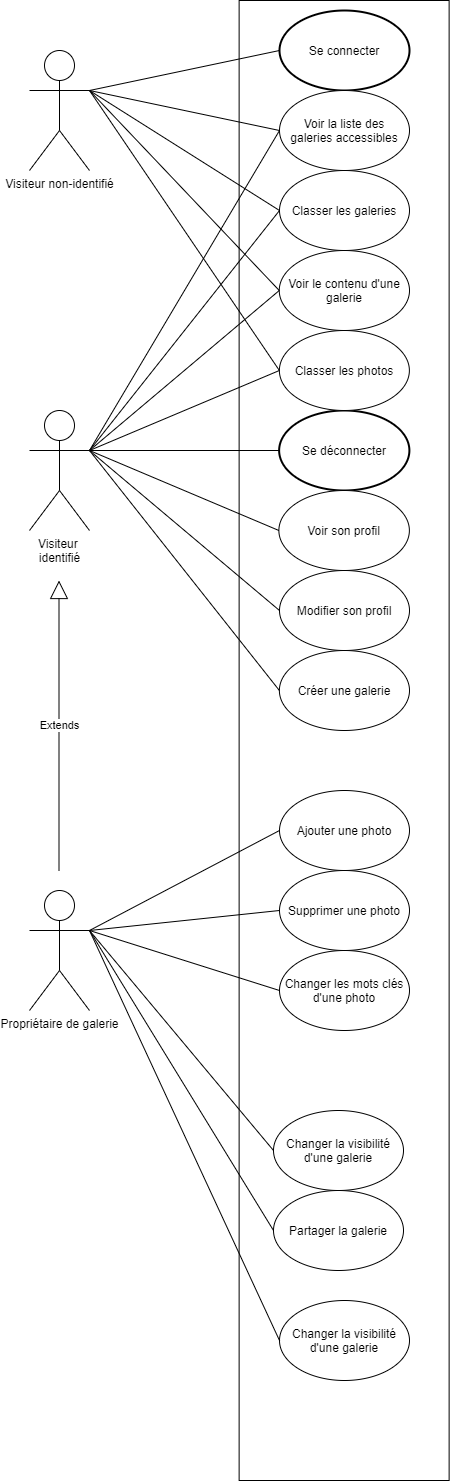
Tenebrosful/MediaPhotoBOLG keeps this draw.io diagram as doc/Diagramme_cas_utilisation.png. Above is the earlier version. Source tidied: cells renumbered, new cells last; positions are measured from the earlier drawing's top-left corner, leaving out a move shared by most shapes.
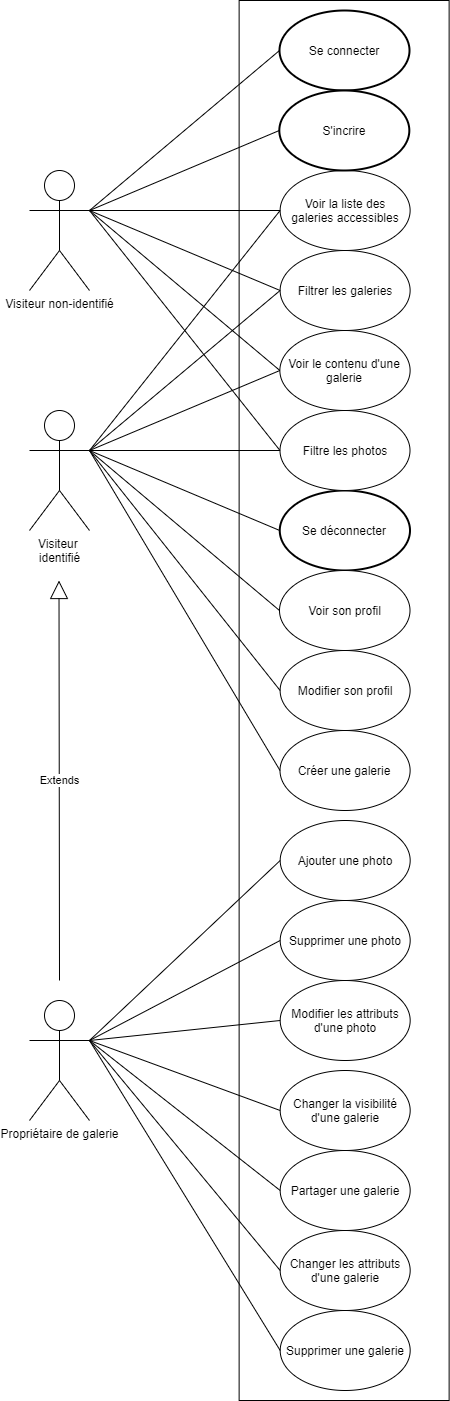
Above is the later version.

Commit message:
Ajoute le diagramme de cas d'utilisation

The edit, as a diff of the source:
```diff
@@ -3,55 +3,55 @@
     <mxCell id="0" />
     <mxCell id="1" parent="0" />
     <mxCell id="2" style="verticalLabelPosition=bottom;verticalAlign=top;html=1;shape=mxgraph.basic.rect;fillColor2=none;strokeWidth=1;size=20;indent=5;fillColor=none;" parent="1" vertex="1">
-      <mxGeometry x="209.6" width="210" height="1480" as="geometry" />
+      <mxGeometry x="209.6" width="210" height="1400" as="geometry" />
     </mxCell>
     <mxCell id="3" value="Se connecter" style="strokeWidth=2;html=1;shape=mxgraph.flowchart.start_1;whiteSpace=wrap;" parent="1" vertex="1">
       <mxGeometry x="250" y="10" width="130" height="80" as="geometry" />
     </mxCell>
     <mxCell id="4" value="Se déconnecter" style="strokeWidth=2;html=1;shape=mxgraph.flowchart.start_1;whiteSpace=wrap;" parent="1" vertex="1">
-      <mxGeometry x="249.6" y="410" width="130.2" height="80" as="geometry" />
+      <mxGeometry x="250.2" y="490" width="130.2" height="80" as="geometry" />
     </mxCell>
     <mxCell id="5" value="Voir son profil" style="ellipse;whiteSpace=wrap;html=1;" parent="1" vertex="1">
-      <mxGeometry x="249.4" y="490" width="130.5" height="80" as="geometry" />
+      <mxGeometry x="250" y="570" width="130.5" height="80" as="geometry" />
     </mxCell>
     <mxCell id="6" value="Créer une galerie" style="ellipse;whiteSpace=wrap;html=1;" parent="1" vertex="1">
-      <mxGeometry x="249.9" y="650" width="130.1" height="80" as="geometry" />
+      <mxGeometry x="250.5" y="730" width="130.1" height="80" as="geometry" />
     </mxCell>
     <mxCell id="7" value="Voir la liste des&lt;br&gt;galeries accessibles" style="ellipse;whiteSpace=wrap;html=1;" parent="1" vertex="1">
-      <mxGeometry x="250" y="90" width="130" height="80" as="geometry" />
+      <mxGeometry x="250.6" y="170" width="130" height="80" as="geometry" />
     </mxCell>
     <mxCell id="8" value="Voir le contenu d'une galerie" style="ellipse;whiteSpace=wrap;html=1;" parent="1" vertex="1">
-      <mxGeometry x="249.8" y="250" width="130.2" height="80" as="geometry" />
+      <mxGeometry x="250.4" y="330" width="130.2" height="80" as="geometry" />
     </mxCell>
-    <mxCell id="9" value="Changer les mots clés d'une photo" style="ellipse;whiteSpace=wrap;html=1;" parent="1" vertex="1">
-      <mxGeometry x="250" y="950" width="130" height="80" as="geometry" />
+    <mxCell id="9" value="Modifier les attributs d'une photo" style="ellipse;whiteSpace=wrap;html=1;" parent="1" vertex="1">
+      <mxGeometry x="250.7" y="980" width="130" height="80" as="geometry" />
     </mxCell>
     <mxCell id="10" value="Ajouter une photo" style="ellipse;whiteSpace=wrap;html=1;" parent="1" vertex="1">
-      <mxGeometry x="250" y="790" width="130" height="80" as="geometry" />
+      <mxGeometry x="250.7" y="820" width="130" height="80" as="geometry" />
     </mxCell>
     <mxCell id="11" value="Supprimer une photo" style="ellipse;whiteSpace=wrap;html=1;" parent="1" vertex="1">
-      <mxGeometry x="250" y="870" width="130" height="80" as="geometry" />
+      <mxGeometry x="250.7" y="900" width="130" height="80" as="geometry" />
     </mxCell>
     <mxCell id="12" value="Changer la visibilité d'une galerie" style="ellipse;whiteSpace=wrap;html=1;" parent="1" vertex="1">
-      <mxGeometry x="244" y="1110" width="130" height="80" as="geometry" />
+      <mxGeometry x="250.7" y="1070" width="130" height="80" as="geometry" />
     </mxCell>
     <mxCell id="13" value="Modifier son profil" style="ellipse;whiteSpace=wrap;html=1;" parent="1" vertex="1">
-      <mxGeometry x="250" y="570" width="130" height="80" as="geometry" />
+      <mxGeometry x="250.6" y="650" width="130" height="80" as="geometry" />
     </mxCell>
-    <mxCell id="14" value="Classer les photos" style="ellipse;whiteSpace=wrap;html=1;" parent="1" vertex="1">
-      <mxGeometry x="249.9" y="330" width="130" height="80" as="geometry" />
+    <mxCell id="14" value="Filtre les photos" style="ellipse;whiteSpace=wrap;html=1;" parent="1" vertex="1">
+      <mxGeometry x="250.5" y="410" width="130" height="80" as="geometry" />
     </mxCell>
-    <mxCell id="15" value="Classer les galeries" style="ellipse;whiteSpace=wrap;html=1;" parent="1" vertex="1">
-      <mxGeometry x="250" y="170" width="130" height="80" as="geometry" />
+    <mxCell id="15" value="Filtrer les galeries" style="ellipse;whiteSpace=wrap;html=1;" parent="1" vertex="1">
+      <mxGeometry x="250.6" y="250" width="130" height="80" as="geometry" />
     </mxCell>
     <mxCell id="16" value="Visiteur non-identifié" style="shape=umlActor;verticalLabelPosition=bottom;verticalAlign=top;html=1;" parent="1" vertex="1">
-      <mxGeometry y="50" width="60" height="120" as="geometry" />
+      <mxGeometry y="170" width="60" height="120" as="geometry" />
     </mxCell>
     <mxCell id="17" value="Visiteur &lt;br&gt;identifié" style="shape=umlActor;verticalLabelPosition=bottom;verticalAlign=top;html=1;" parent="1" vertex="1">
       <mxGeometry y="410" width="60" height="120" as="geometry" />
     </mxCell>
     <mxCell id="18" value="Propriétaire de galerie" style="shape=umlActor;verticalLabelPosition=bottom;verticalAlign=top;html=1;" parent="1" vertex="1">
-      <mxGeometry y="890" width="60" height="120" as="geometry" />
+      <mxGeometry y="1000" width="60" height="120" as="geometry" />
     </mxCell>
     <mxCell id="19" style="endArrow=none;html=1;entryX=0;entryY=0.5;entryDx=0;entryDy=0;entryPerimeter=0;exitX=1;exitY=0.3333333333333333;exitDx=0;exitDy=0;exitPerimeter=0;" parent="1" edge="1" source="16" target="3">
       <mxGeometry relative="1" as="geometry" />
@@ -106,21 +106,33 @@
     </mxCell>
     <mxCell id="36" value="Extends" style="endArrow=block;endSize=16;endFill=0;html=1;" parent="1" edge="1">
       <mxGeometry relative="1" as="geometry">
-        <mxPoint x="29.5" y="870" as="sourcePoint" />
+        <mxPoint x="30" y="980" as="sourcePoint" />
         <mxPoint x="29.5" y="580" as="targetPoint" />
       </mxGeometry>
     </mxCell>
-    <mxCell id="37" value="Partager la galerie" style="ellipse;whiteSpace=wrap;html=1;" parent="1" vertex="1">
-      <mxGeometry x="244" y="1190" width="130" height="80" as="geometry" />
+    <mxCell id="37" value="Partager une galerie" style="ellipse;whiteSpace=wrap;html=1;" parent="1" vertex="1">
+      <mxGeometry x="250.7" y="1150" width="130" height="80" as="geometry" />
     </mxCell>
     <mxCell id="38" style="endArrow=none;html=1;exitX=0;exitY=0.5;exitDx=0;exitDy=0;entryX=1;entryY=0.3333333333333333;entryDx=0;entryDy=0;entryPerimeter=0;" parent="1" edge="1" source="37" target="18">
       <mxGeometry relative="1" as="geometry" />
     </mxCell>
-    <mxCell id="39" value="Changer la visibilité d'une galerie" style="ellipse;whiteSpace=wrap;html=1;" parent="1" vertex="1">
-      <mxGeometry x="250" y="1300" width="130" height="80" as="geometry" />
+    <mxCell id="39" value="Changer les attributs d'une galerie" style="ellipse;whiteSpace=wrap;html=1;" parent="1" vertex="1">
+      <mxGeometry x="250.7" y="1230" width="130" height="80" as="geometry" />
     </mxCell>
     <mxCell id="40" style="endArrow=none;html=1;entryX=0;entryY=0.5;entryDx=0;entryDy=0;exitX=1;exitY=0.3333333333333333;exitDx=0;exitDy=0;exitPerimeter=0;" parent="1" edge="1" source="18" target="39">
       <mxGeometry relative="1" as="geometry" />
     </mxCell>
+    <mxCell id="41" value="Supprimer une galerie" style="ellipse;whiteSpace=wrap;html=1;" parent="1" vertex="1">
+      <mxGeometry x="250.7" y="1310" width="130" height="80" as="geometry" />
+    </mxCell>
+    <mxCell id="42" style="endArrow=none;html=1;entryX=0;entryY=0.5;entryDx=0;entryDy=0;exitX=1;exitY=0.3333333333333333;exitDx=0;exitDy=0;exitPerimeter=0;" parent="1" edge="1" source="18" target="41">
+      <mxGeometry relative="1" as="geometry" />
+    </mxCell>
+    <mxCell id="43" value="S'incrire" style="strokeWidth=2;html=1;shape=mxgraph.flowchart.start_1;whiteSpace=wrap;" parent="1" vertex="1">
+      <mxGeometry x="249.8" y="90" width="130" height="80" as="geometry" />
+    </mxCell>
+    <mxCell id="44" style="endArrow=none;html=1;entryX=0;entryY=0.5;entryDx=0;entryDy=0;entryPerimeter=0;exitX=1;exitY=0.3333333333333333;exitDx=0;exitDy=0;exitPerimeter=0;" parent="1" edge="1" source="16" target="43">
+      <mxGeometry relative="1" as="geometry" />
+    </mxCell>
   </root>
 </mxGraphModel>
```
